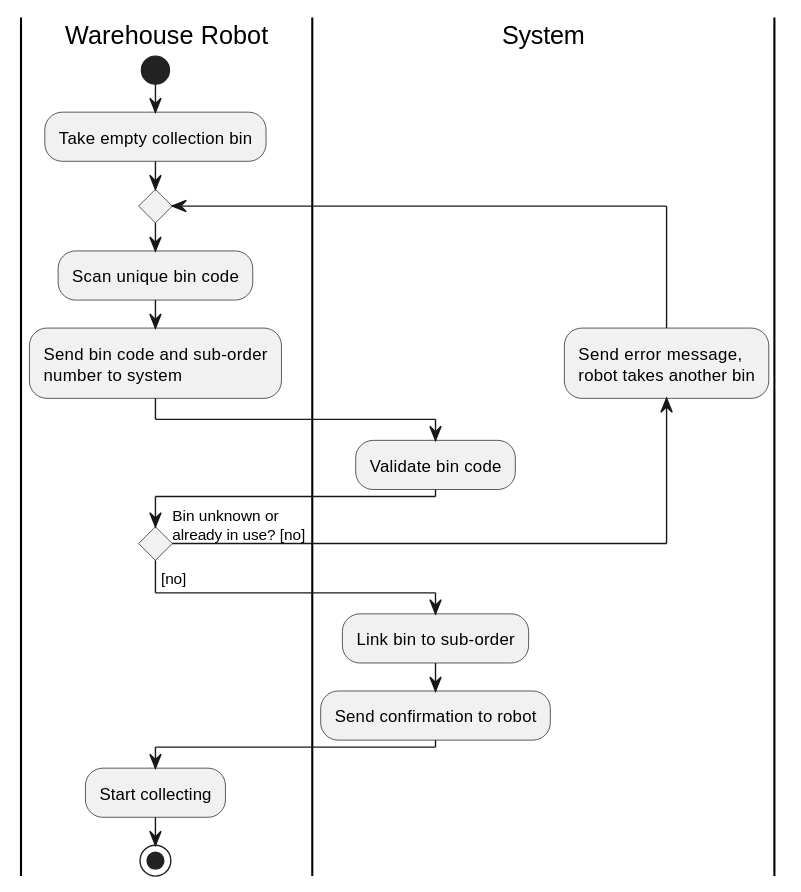
ViktorQorri/Project-Timaflu keeps this PlantUML diagram as Documentation/Architecture/uml/export/activity_diagrams/AD10_Register_collection_bin.svg. Above is the earlier version.
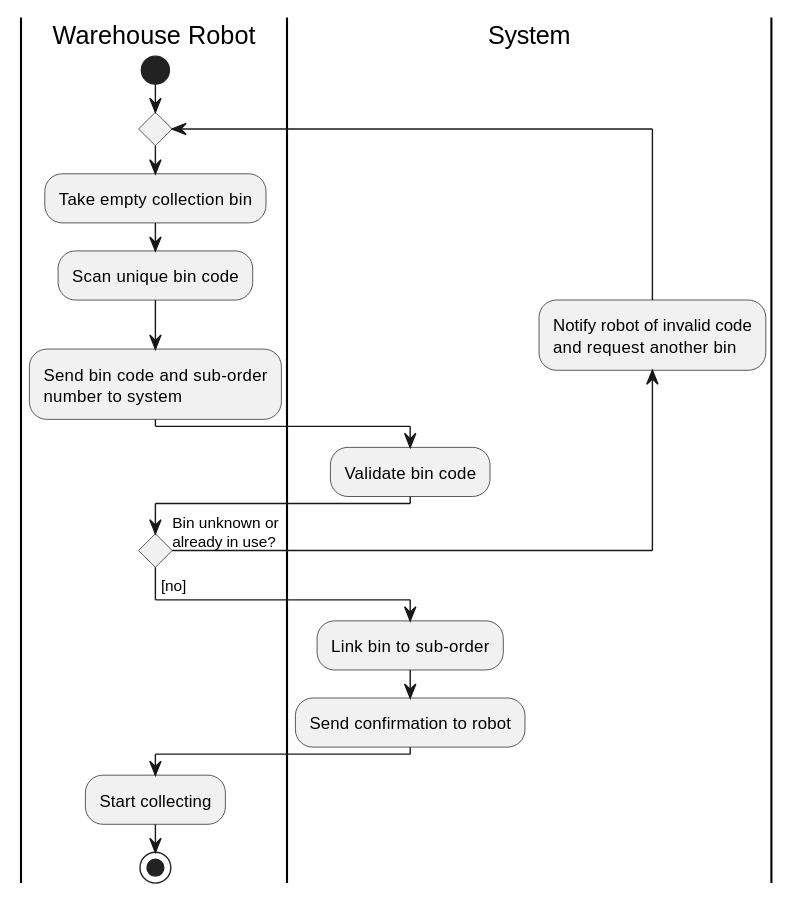
The same file after the commit.

Commit message:
fix: update activity diagram for Register Payment to improve clarity and accuracy of text labels

What changed in the source:
```diff
@@ -4,14 +4,15 @@
 skinparam ActivityDiamondFontSize 11
 |Warehouse Robot|
 start
-:Take empty collection bin;
 repeat
+  |Warehouse Robot|
+  :Take empty collection bin;
   :Scan unique bin code;
   :Send bin code and sub-order\nnumber to system;
   |System|
   :Validate bin code;
-backward :Send error message,\nrobot takes another bin;
-repeat while (Bin unknown or\nalready in use? [no]) is ([yes])
+backward :Notify robot of invalid code\nand request another bin;
+repeat while (Bin unknown or\nalready in use?) is ([yes])
 ->[no];
 :Link bin to sub-order;
 :Send confirmation to robot;
```
